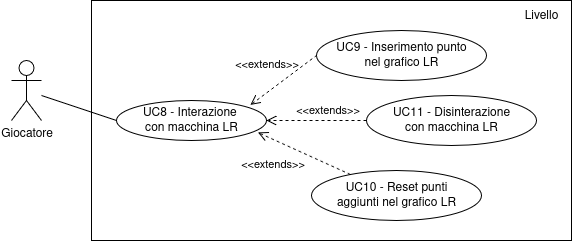
fliposab/ProgettoStage keeps this draw.io diagram as Documentazione/source/imgs/uc-macchina_lr.png. Above is the earlier version. Source tidied: cells renumbered, new cells last; positions are measured from the earlier drawing's top-left corner, leaving out a move shared by most shapes. Source of this version:
```xml
<mxGraphModel>
  <root>
    <mxCell id="0" />
    <mxCell id="1" parent="0" />
    <mxCell id="2" style="rounded=0;whiteSpace=wrap;html=1;gradientColor=none;" parent="1" vertex="1">
      <mxGeometry x="80" width="480" height="240" as="geometry" />
    </mxCell>
    <mxCell id="3" style="rounded=0;jettySize=auto;html=1;entryX=0;entryY=0.5;entryDx=0;entryDy=0;endArrow=none;startFill=0;" parent="1" edge="1" source="4" target="8">
      <mxGeometry relative="1" as="geometry" />
    </mxCell>
    <mxCell id="4" value="Giocatore" style="shape=umlActor;verticalLabelPosition=bottom;verticalAlign=top;html=1;outlineConnect=0;" parent="1" vertex="1">
      <mxGeometry y="60" width="30" height="60" as="geometry" />
    </mxCell>
    <mxCell id="5" value="Livello" style="text;html=1;align=center;verticalAlign=middle;whiteSpace=wrap;rounded=0;" parent="1" vertex="1">
      <mxGeometry x="500" width="60" height="30" as="geometry" />
    </mxCell>
    <mxCell id="6" style="rounded=0;jettySize=auto;html=1;entryX=0;entryY=0.5;entryDx=0;entryDy=0;startArrow=open;startFill=0;endArrow=none;endSize=8;dashed=1;exitX=0.893;exitY=0.113;exitDx=0;exitDy=0;exitPerimeter=0;startSize=8;" parent="1" edge="1" source="8" target="9">
      <mxGeometry relative="1" as="geometry" />
    </mxCell>
    <mxCell id="7" value="&amp;lt;&amp;lt;extends&amp;gt;&amp;gt;" style="edgeLabel;html=1;align=center;verticalAlign=middle;points=[];labelBackgroundColor=none;" parent="6" vertex="1">
      <mxGeometry x="0.46" y="3" relative="1" as="geometry">
        <mxPoint x="-31" y="-3" as="offset" />
      </mxGeometry>
    </mxCell>
    <mxCell id="8" value="&lt;div&gt;UC8 - Interazione&amp;nbsp;&lt;/div&gt;&lt;div&gt;con macchina LR&lt;/div&gt;" style="ellipse;whiteSpace=wrap;html=1;" parent="1" vertex="1">
      <mxGeometry x="105" y="100" width="150" height="40" as="geometry" />
    </mxCell>
    <mxCell id="9" value="&lt;div&gt;UC9 - Inserimento punto&lt;/div&gt;&lt;div&gt;nel grafico LR&lt;/div&gt;" style="ellipse;whiteSpace=wrap;html=1;" parent="1" vertex="1">
      <mxGeometry x="305" y="30" width="170" height="50" as="geometry" />
    </mxCell>
    <mxCell id="10" value="&lt;div&gt;UC10 - Reset punti&lt;/div&gt;&lt;div&gt;aggiunti nel grafico LR&lt;/div&gt;" style="ellipse;whiteSpace=wrap;html=1;" parent="1" vertex="1">
      <mxGeometry x="300" y="170" width="170" height="50" as="geometry" />
    </mxCell>
    <mxCell id="11" style="rounded=0;jettySize=auto;html=1;startArrow=none;startFill=0;endArrow=open;endFill=0;dashed=1;endSize=8;entryX=0.943;entryY=0.8;entryDx=0;entryDy=0;entryPerimeter=0;" parent="1" edge="1" source="10" target="8">
      <mxGeometry relative="1" as="geometry" />
    </mxCell>
    <mxCell id="12" value="&amp;lt;&amp;lt;extends&amp;gt;&amp;gt;" style="edgeLabel;html=1;align=center;verticalAlign=middle;" parent="11" vertex="1">
      <mxGeometry x="0.21" relative="1" as="geometry">
        <mxPoint x="-23" y="15" as="offset" />
      </mxGeometry>
    </mxCell>
    <mxCell id="13" style="rounded=0;jettySize=auto;html=1;entryX=1;entryY=0.5;entryDx=0;entryDy=0;endArrow=open;endFill=0;endSize=8;dashed=1;" parent="1" edge="1" source="15" target="8">
      <mxGeometry relative="1" as="geometry" />
    </mxCell>
    <mxCell id="14" value="&amp;lt;&amp;lt;extends&amp;gt;&amp;gt;" style="edgeLabel;html=1;align=center;verticalAlign=middle;" parent="13" vertex="1">
      <mxGeometry x="0.04" y="2" relative="1" as="geometry">
        <mxPoint x="12" y="-13" as="offset" />
      </mxGeometry>
    </mxCell>
    <mxCell id="15" value="&lt;div&gt;UC11 - Disinterazione&lt;/div&gt;&lt;div&gt;con macchina LR&lt;/div&gt;" style="ellipse;whiteSpace=wrap;html=1;" parent="1" vertex="1">
      <mxGeometry x="355" y="95" width="170" height="50" as="geometry" />
    </mxCell>
  </root>
</mxGraphModel>
```
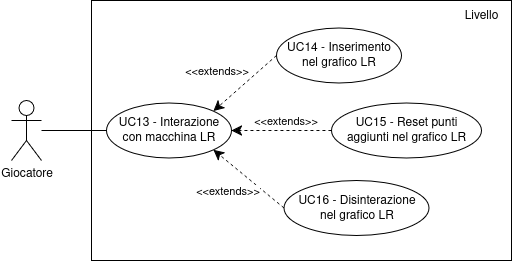
The same diagram one commit later.

The edit, as a diff of the source:
```diff
@@ -3,52 +3,52 @@
     <mxCell id="0" />
     <mxCell id="1" parent="0" />
     <mxCell id="2" style="rounded=0;whiteSpace=wrap;html=1;gradientColor=none;" parent="1" vertex="1">
-      <mxGeometry x="80" width="480" height="240" as="geometry" />
+      <mxGeometry x="900" y="220" width="420" height="260" as="geometry" />
     </mxCell>
-    <mxCell id="3" style="rounded=0;jettySize=auto;html=1;entryX=0;entryY=0.5;entryDx=0;entryDy=0;endArrow=none;startFill=0;" parent="1" edge="1" source="4" target="8">
-      <mxGeometry relative="1" as="geometry" />
+    <mxCell id="3" value="Giocatore" style="shape=umlActor;verticalLabelPosition=bottom;verticalAlign=top;html=1;outlineConnect=0;" parent="1" vertex="1">
+      <mxGeometry x="820" y="320" width="30" height="60" as="geometry" />
     </mxCell>
-    <mxCell id="4" value="Giocatore" style="shape=umlActor;verticalLabelPosition=bottom;verticalAlign=top;html=1;outlineConnect=0;" parent="1" vertex="1">
-      <mxGeometry y="60" width="30" height="60" as="geometry" />
+    <mxCell id="4" value="&lt;div&gt;UC13 - Interazione&lt;/div&gt;&lt;div&gt;con macchina LR&lt;/div&gt;" style="ellipse;whiteSpace=wrap;html=1;" parent="1" vertex="1">
+      <mxGeometry x="915" y="322.5" width="125" height="55" as="geometry" />
     </mxCell>
-    <mxCell id="5" value="Livello" style="text;html=1;align=center;verticalAlign=middle;whiteSpace=wrap;rounded=0;" parent="1" vertex="1">
-      <mxGeometry x="500" width="60" height="30" as="geometry" />
+    <mxCell id="5" style="rounded=0;jettySize=auto;html=1;entryX=0;entryY=0.5;entryDx=0;entryDy=0;endArrow=none;startFill=0;" parent="1" edge="1" source="3" target="4">
+      <mxGeometry relative="1" as="geometry" />
     </mxCell>
-    <mxCell id="6" style="rounded=0;jettySize=auto;html=1;entryX=0;entryY=0.5;entryDx=0;entryDy=0;startArrow=open;startFill=0;endArrow=none;endSize=8;dashed=1;exitX=0.893;exitY=0.113;exitDx=0;exitDy=0;exitPerimeter=0;startSize=8;" parent="1" edge="1" source="8" target="9">
-      <mxGeometry relative="1" as="geometry" />
+    <mxCell id="6" value="&lt;div&gt;UC14 - Inserimento&lt;/div&gt;&lt;div&gt;nel grafico LR&lt;/div&gt;" style="ellipse;whiteSpace=wrap;html=1;" parent="1" vertex="1">
+      <mxGeometry x="1085" y="247.5" width="125" height="55" as="geometry" />
     </mxCell>
-    <mxCell id="7" value="&amp;lt;&amp;lt;extends&amp;gt;&amp;gt;" style="edgeLabel;html=1;align=center;verticalAlign=middle;points=[];labelBackgroundColor=none;" parent="6" vertex="1">
-      <mxGeometry x="0.46" y="3" relative="1" as="geometry">
-        <mxPoint x="-31" y="-3" as="offset" />
-      </mxGeometry>
+    <mxCell id="7" value="&lt;div&gt;UC15 - Reset punti&lt;/div&gt;&lt;div&gt;aggiunti nel grafico LR&lt;/div&gt;" style="ellipse;whiteSpace=wrap;html=1;" parent="1" vertex="1">
+      <mxGeometry x="1140" y="322.5" width="150" height="55" as="geometry" />
     </mxCell>
-    <mxCell id="8" value="&lt;div&gt;UC8 - Interazione&amp;nbsp;&lt;/div&gt;&lt;div&gt;con macchina LR&lt;/div&gt;" style="ellipse;whiteSpace=wrap;html=1;" parent="1" vertex="1">
-      <mxGeometry x="105" y="100" width="150" height="40" as="geometry" />
+    <mxCell id="8" value="&lt;div&gt;UC16 - Disinterazione&lt;/div&gt;&lt;div&gt;nel grafico LR&lt;/div&gt;" style="ellipse;whiteSpace=wrap;html=1;" parent="1" vertex="1">
+      <mxGeometry x="1092.5" y="400" width="145" height="55" as="geometry" />
     </mxCell>
-    <mxCell id="9" value="&lt;div&gt;UC9 - Inserimento punto&lt;/div&gt;&lt;div&gt;nel grafico LR&lt;/div&gt;" style="ellipse;whiteSpace=wrap;html=1;" parent="1" vertex="1">
-      <mxGeometry x="305" y="30" width="170" height="50" as="geometry" />
+    <mxCell id="9" value="Livello" style="text;html=1;align=center;verticalAlign=middle;whiteSpace=wrap;rounded=0;" parent="1" vertex="1">
+      <mxGeometry x="1260" y="220" width="60" height="30" as="geometry" />
     </mxCell>
-    <mxCell id="10" value="&lt;div&gt;UC10 - Reset punti&lt;/div&gt;&lt;div&gt;aggiunti nel grafico LR&lt;/div&gt;" style="ellipse;whiteSpace=wrap;html=1;" parent="1" vertex="1">
-      <mxGeometry x="300" y="170" width="170" height="50" as="geometry" />
+    <mxCell id="10" style="rounded=0;jettySize=auto;html=1;entryX=1;entryY=0;entryDx=0;entryDy=0;endArrow=classic;endFill=1;endSize=8;dashed=1;startArrow=none;startFill=0;exitX=0;exitY=0.5;exitDx=0;exitDy=0;" parent="1" edge="1" source="6" target="4">
+      <mxGeometry relative="1" as="geometry" />
     </mxCell>
-    <mxCell id="11" style="rounded=0;jettySize=auto;html=1;startArrow=none;startFill=0;endArrow=open;endFill=0;dashed=1;endSize=8;entryX=0.943;entryY=0.8;entryDx=0;entryDy=0;entryPerimeter=0;" parent="1" edge="1" source="10" target="8">
-      <mxGeometry relative="1" as="geometry" />
+    <mxCell id="11" value="&amp;lt;&amp;lt;extends&amp;gt;&amp;gt;" style="edgeLabel;html=1;align=center;verticalAlign=middle;" parent="10" vertex="1">
+      <mxGeometry x="0.18" y="-1" relative="1" as="geometry">
+        <mxPoint x="-22" y="-17" as="offset" />
+      </mxGeometry>
     </mxCell>
-    <mxCell id="12" value="&amp;lt;&amp;lt;extends&amp;gt;&amp;gt;" style="edgeLabel;html=1;align=center;verticalAlign=middle;" parent="11" vertex="1">
-      <mxGeometry x="0.21" relative="1" as="geometry">
-        <mxPoint x="-23" y="15" as="offset" />
-      </mxGeometry>
+    <mxCell id="12" style="rounded=0;jettySize=auto;html=1;entryX=1;entryY=0.5;entryDx=0;entryDy=0;endArrow=classic;endFill=1;endSize=8;dashed=1;startArrow=none;startFill=0;exitX=0;exitY=0.5;exitDx=0;exitDy=0;" parent="1" edge="1" source="7" target="4">
+      <mxGeometry relative="1" as="geometry" />
     </mxCell>
-    <mxCell id="13" style="rounded=0;jettySize=auto;html=1;entryX=1;entryY=0.5;entryDx=0;entryDy=0;endArrow=open;endFill=0;endSize=8;dashed=1;" parent="1" edge="1" source="15" target="8">
-      <mxGeometry relative="1" as="geometry" />
+    <mxCell id="13" value="&amp;lt;&amp;lt;extends&amp;gt;&amp;gt;" style="edgeLabel;html=1;align=center;verticalAlign=middle;" parent="12" vertex="1">
+      <mxGeometry x="0.22" y="2" relative="1" as="geometry">
+        <mxPoint x="14" y="-12" as="offset" />
+      </mxGeometry>
     </mxCell>
-    <mxCell id="14" value="&amp;lt;&amp;lt;extends&amp;gt;&amp;gt;" style="edgeLabel;html=1;align=center;verticalAlign=middle;" parent="13" vertex="1">
-      <mxGeometry x="0.04" y="2" relative="1" as="geometry">
-        <mxPoint x="12" y="-13" as="offset" />
-      </mxGeometry>
+    <mxCell id="14" style="rounded=0;jettySize=auto;html=1;entryX=1;entryY=1;entryDx=0;entryDy=0;endArrow=classic;endFill=1;endSize=8;dashed=1;startArrow=none;startFill=0;exitX=0;exitY=0.5;exitDx=0;exitDy=0;" parent="1" edge="1" source="8" target="4">
+      <mxGeometry relative="1" as="geometry" />
     </mxCell>
-    <mxCell id="15" value="&lt;div&gt;UC11 - Disinterazione&lt;/div&gt;&lt;div&gt;con macchina LR&lt;/div&gt;" style="ellipse;whiteSpace=wrap;html=1;" parent="1" vertex="1">
-      <mxGeometry x="355" y="95" width="170" height="50" as="geometry" />
+    <mxCell id="15" value="&amp;lt;&amp;lt;extends&amp;gt;&amp;gt;" style="edgeLabel;html=1;align=center;verticalAlign=middle;points=[];" parent="14" vertex="1">
+      <mxGeometry x="-0.07" y="-2" relative="1" as="geometry">
+        <mxPoint x="-26" y="11" as="offset" />
+      </mxGeometry>
     </mxCell>
   </root>
 </mxGraphModel>
```
